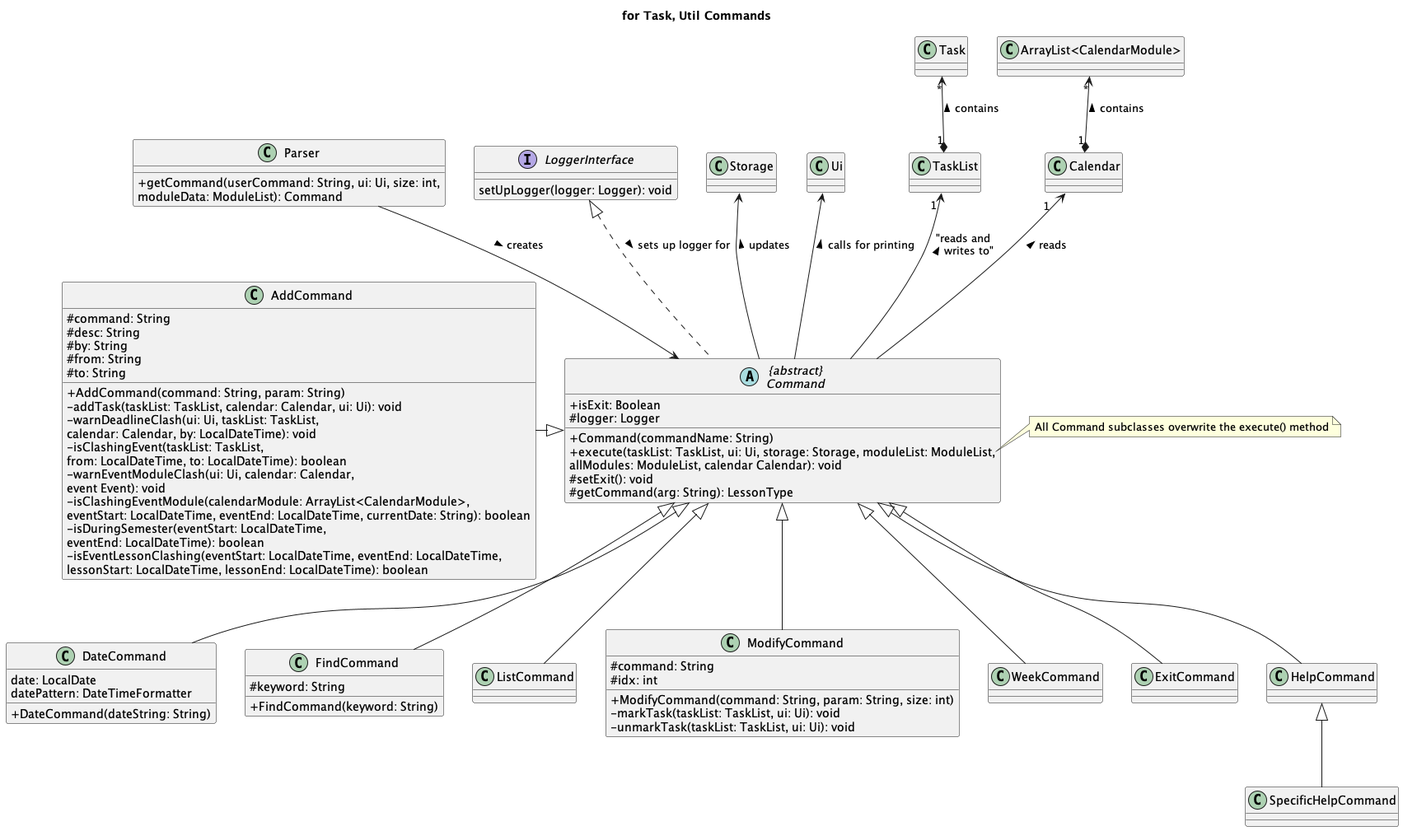
nus-cs2113-AY2223S2/tp keeps this PlantUML diagram as docs/uml-diagrams/Command-for_Task__Util_Commands.png. Above is the earlier version.
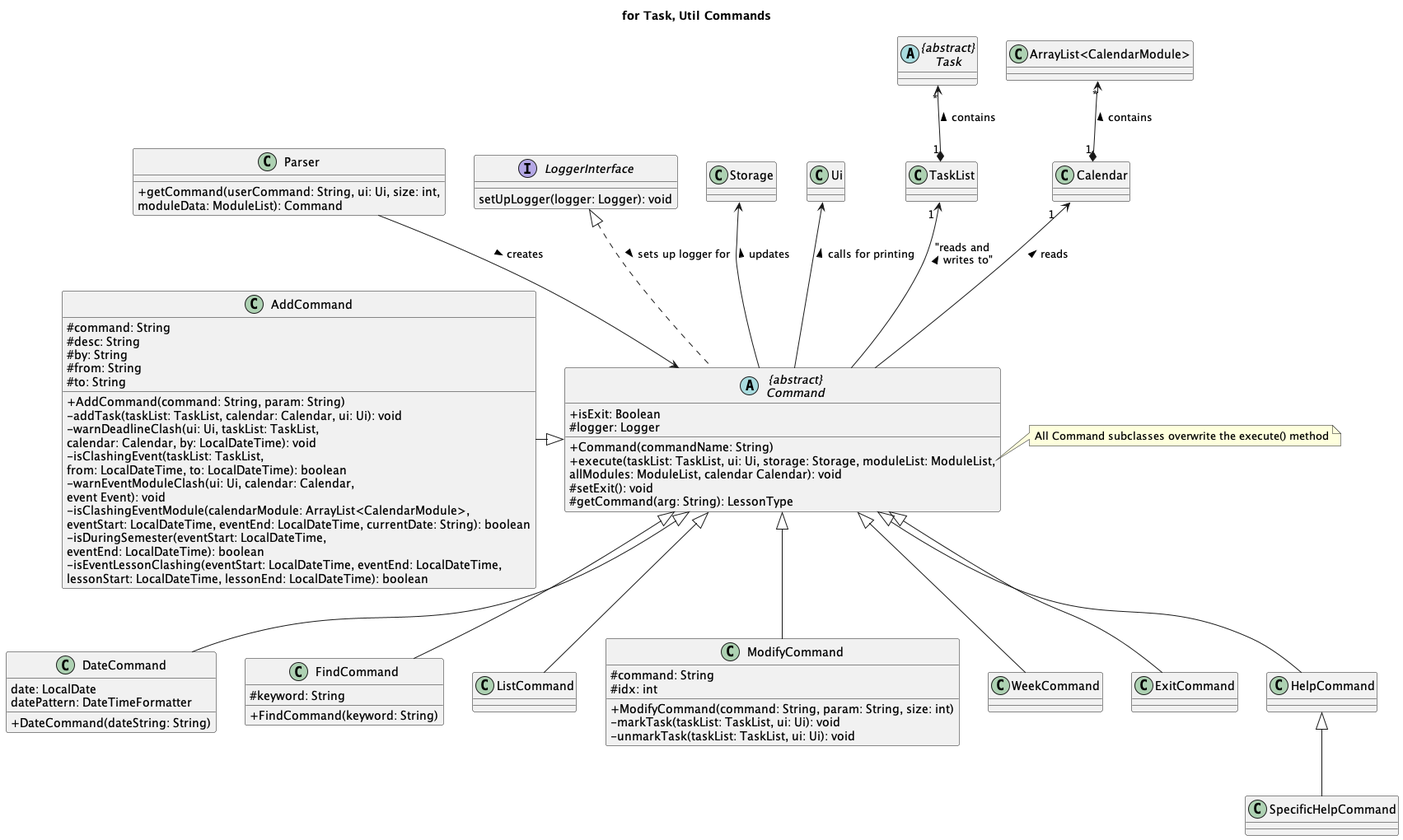
After the commit.

Commit message:
Fix non abstract Task

What changed in the source:
```diff
@@ -92,6 +92,7 @@
 Storage <-- Command : updates <
 Ui <-- Command : calls for printing <
 TaskList "1 " <-- Command : "reads and\n writes to" <
+abstract class "{abstract}\nTask" as Task
 Task "*" <--* "1" TaskList : contains <
 Calendar "1   " <-- Command : reads <
 "ArrayList<CalendarModule>" "*" <--* "1" Calendar : contains <
```
